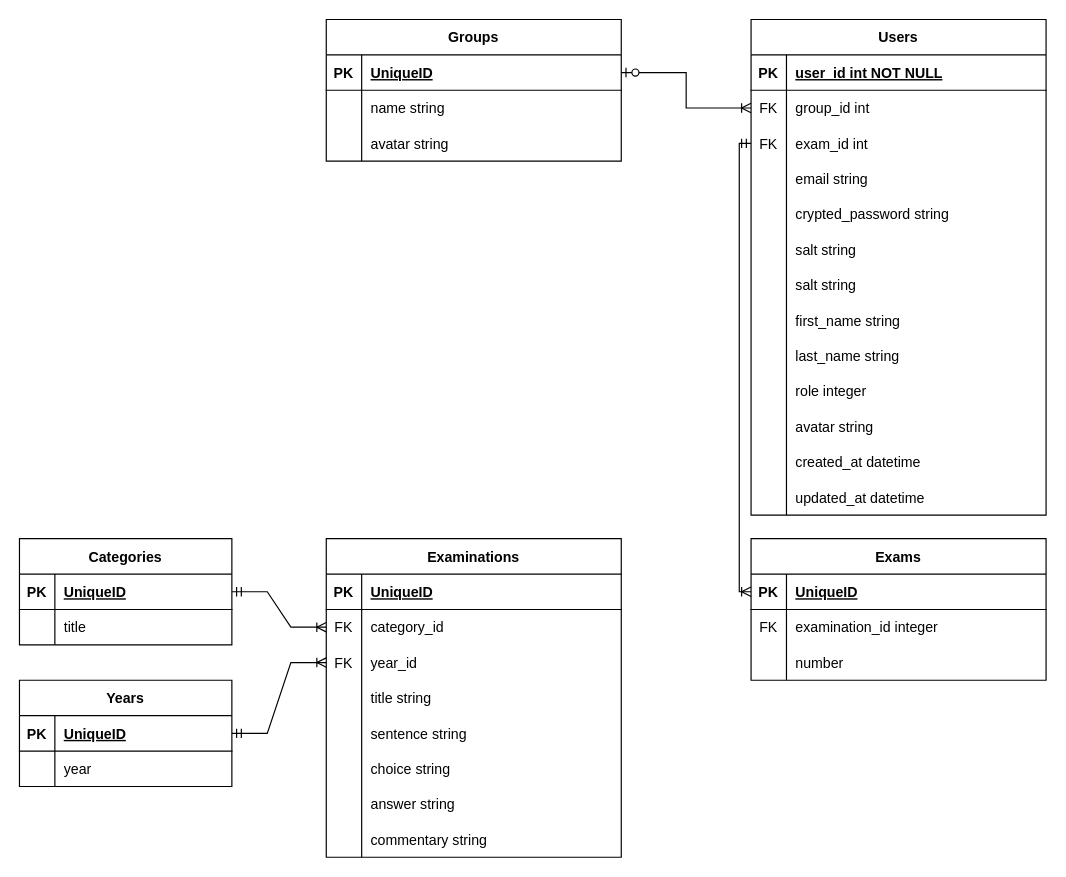
Before: ER図.drawio in KeitaroOtsuka/CheifGasEngineer, a draw.io diagram. Source tidied: cells renumbered, new cells numbered last; positions are measured from the earlier drawing's top-left corner, leaving out a move shared by most shapes. Both pictures are drawn from the tidied source at 118%, with x=0, y=0 at pixel (19, 19).
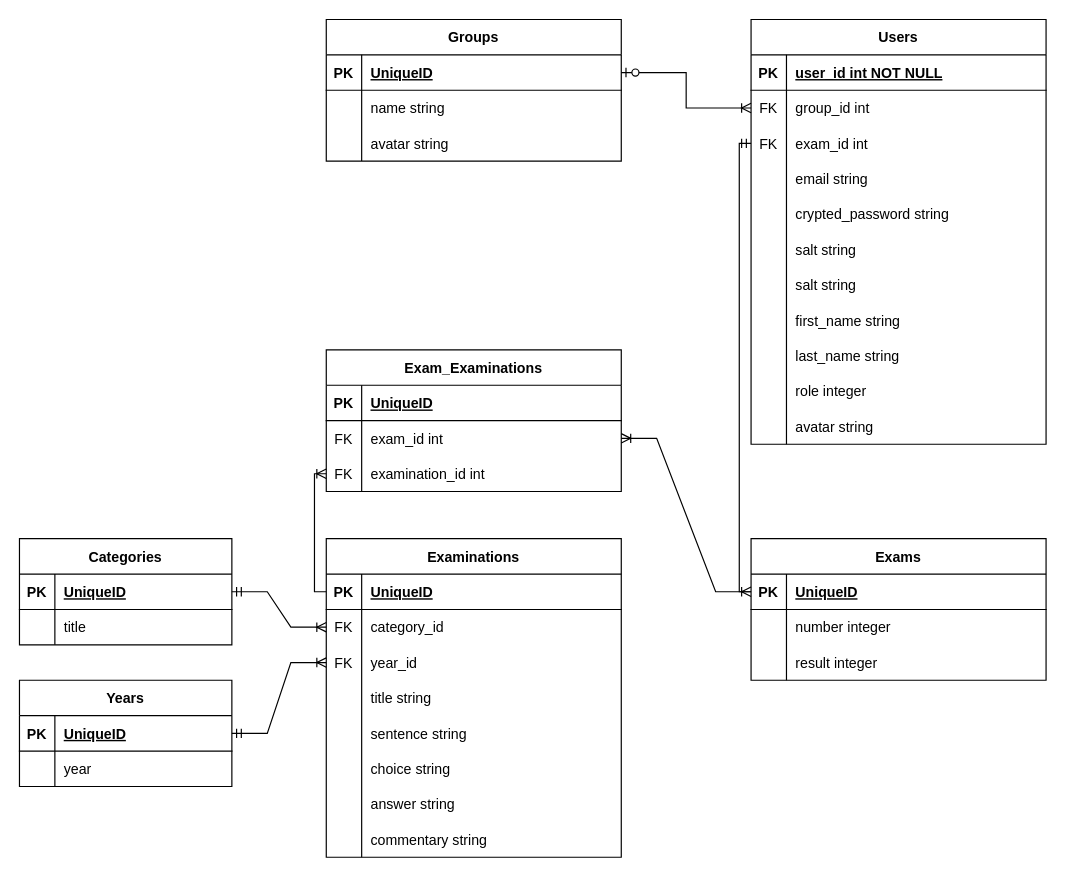
The same diagram, later.

Commit message:
ER図.drawio を更新します

Unchanged cells that the change refers to:
```xml
<mxCell id="52" value="Exams" style="shape=table;startSize=30;childLayout=tableLayout;rowLines=0;fontStyle=1;align=center;" parent="1" vertex="1">
  <mxGeometry x="620" y="440" width="250" height="120" as="geometry" />
</mxCell>
<mxCell id="53" style="shape=tableRow;horizontal=0;startSize=0;swimlaneHead=0;swimlaneBody=0;fillColor=none;points=[[0,0.5],[1,0.5]];portConstraint=eastwest;top=0;left=0;right=0;bottom=1;" parent="52" vertex="1">
  <mxGeometry y="30" width="250" height="30" as="geometry" />
</mxCell>
<mxCell id="59" style="shape=tableRow;horizontal=0;startSize=0;swimlaneHead=0;swimlaneBody=0;fillColor=none;top=0;left=0;right=0;bottom=0;" parent="52" vertex="1">
  <mxGeometry y="90" width="250" height="30" as="geometry" />
</mxCell>
<mxCell id="63" style="shape=tableRow;horizontal=0;startSize=0;swimlaneHead=0;swimlaneBody=0;fillColor=none;points=[[0,0.5],[1,0.5]];portConstraint=eastwest;top=0;left=0;right=0;bottom=1;" parent="62" vertex="1">
  <mxGeometry y="30" width="250" height="30" as="geometry" />
</mxCell>
```

Change to the diagram source:
```diff
@@
     <mxCell id="2" value="Users" style="shape=table;startSize=30;childLayout=tableLayout;rowLines=0;fontStyle=1;align=center;" parent="1" vertex="1">
-      <mxGeometry x="620" width="250" height="420" as="geometry" />
+      <mxGeometry x="620" width="250" height="360" as="geometry" />
     </mxCell>
@@
-    <mxCell id="36" style="shape=tableRow;horizontal=0;startSize=0;swimlaneHead=0;swimlaneBody=0;fillColor=none;top=0;left=0;right=0;bottom=0;" parent="2" vertex="1">
-      <mxGeometry y="360" width="250" height="30" as="geometry" />
-    </mxCell>
-    <mxCell id="37" style="shape=partialRectangle;fillColor=none;top=0;left=0;bottom=0;right=0;overflow=hidden;" parent="36" vertex="1">
-      <mxGeometry width="30" height="30" as="geometry" />
-    </mxCell>
-    <mxCell id="38" value="created_at datetime" style="shape=partialRectangle;fillColor=none;top=0;left=0;bottom=0;right=0;align=left;spacingLeft=6;overflow=hidden;" parent="36" vertex="1">
-      <mxGeometry x="30" width="220" height="30" as="geometry" />
-    </mxCell>
-    <mxCell id="39" style="shape=tableRow;horizontal=0;startSize=0;swimlaneHead=0;swimlaneBody=0;fillColor=none;top=0;left=0;right=0;bottom=0;" parent="2" vertex="1">
-      <mxGeometry y="390" width="250" height="30" as="geometry" />
-    </mxCell>
-    <mxCell id="40" style="shape=partialRectangle;fillColor=none;top=0;left=0;bottom=0;right=0;overflow=hidden;" parent="39" vertex="1">
-      <mxGeometry width="30" height="30" as="geometry" />
-    </mxCell>
-    <mxCell id="41" value="updated_at datetime" style="shape=partialRectangle;fillColor=none;top=0;left=0;bottom=0;right=0;align=left;spacingLeft=6;overflow=hidden;" parent="39" vertex="1">
-      <mxGeometry x="30" width="220" height="30" as="geometry" />
-    </mxCell>
@@
-    <mxCell id="56" style="shape=tableRow;horizontal=0;startSize=0;swimlaneHead=0;swimlaneBody=0;fillColor=none;top=0;left=0;right=0;bottom=0;" parent="52" vertex="1">
-      <mxGeometry y="60" width="250" height="30" as="geometry" />
-    </mxCell>
-    <mxCell id="57" value="FK" style="shape=partialRectangle;fillColor=none;top=0;left=0;bottom=0;right=0;fontStyle=0;overflow=hidden;" parent="56" vertex="1">
-      <mxGeometry width="30" height="30" as="geometry" />
-    </mxCell>
-    <mxCell id="58" value="examination_id integer" style="shape=partialRectangle;fillColor=none;top=0;left=0;bottom=0;right=0;align=left;spacingLeft=6;fontStyle=0;overflow=hidden;" parent="56" vertex="1">
-      <mxGeometry x="30" width="220" height="30" as="geometry" />
-    </mxCell>
+    <mxCell id="105" style="shape=tableRow;horizontal=0;startSize=0;swimlaneHead=0;swimlaneBody=0;fillColor=none;top=0;left=0;right=0;bottom=0;" parent="52" vertex="1">
+      <mxGeometry y="60" width="250" height="30" as="geometry" />
+    </mxCell>
+    <mxCell id="106" style="shape=partialRectangle;fillColor=none;top=0;left=0;bottom=0;right=0;overflow=hidden;" parent="105" vertex="1">
+      <mxGeometry width="30" height="30" as="geometry" />
+    </mxCell>
+    <mxCell id="107" value="number integer" style="shape=partialRectangle;fillColor=none;top=0;left=0;bottom=0;right=0;align=left;spacingLeft=6;overflow=hidden;" parent="105" vertex="1">
+      <mxGeometry x="30" width="220" height="30" as="geometry" />
+    </mxCell>
@@
-    <mxCell id="61" value="number" style="shape=partialRectangle;fillColor=none;top=0;left=0;bottom=0;right=0;align=left;spacingLeft=6;overflow=hidden;" parent="59" vertex="1">
+    <mxCell id="61" value="result integer" style="shape=partialRectangle;fillColor=none;top=0;left=0;bottom=0;right=0;align=left;spacingLeft=6;overflow=hidden;" parent="59" vertex="1">
       <mxGeometry x="30" width="220" height="30" as="geometry" />
     </mxCell>
@@
+    <mxCell id="108" value="Exam_Examinations" style="shape=table;startSize=30;childLayout=tableLayout;rowLines=0;fontStyle=1;align=center;" parent="1" vertex="1">
+      <mxGeometry x="260" y="280" width="250" height="120" as="geometry" />
+    </mxCell>
+    <mxCell id="109" style="shape=tableRow;horizontal=0;startSize=0;swimlaneHead=0;swimlaneBody=0;fillColor=none;top=0;left=0;right=0;bottom=1;" parent="108" vertex="1">
+      <mxGeometry y="30" width="250" height="30" as="geometry" />
+    </mxCell>
+    <mxCell id="110" value="PK" style="shape=partialRectangle;fillColor=none;top=0;left=0;bottom=0;right=0;fontStyle=1;overflow=hidden;" parent="109" vertex="1">
+      <mxGeometry width="30" height="30" as="geometry" />
+    </mxCell>
+    <mxCell id="111" value="UniqueID" style="shape=partialRectangle;fillColor=none;top=0;left=0;bottom=0;right=0;align=left;spacingLeft=6;fontStyle=5;overflow=hidden;" parent="109" vertex="1">
+      <mxGeometry x="30" width="220" height="30" as="geometry" />
+    </mxCell>
+    <mxCell id="112" style="shape=tableRow;horizontal=0;startSize=0;swimlaneHead=0;swimlaneBody=0;fillColor=none;points=[[0,0.5],[1,0.5]];portConstraint=eastwest;top=0;left=0;right=0;bottom=0;" parent="108" vertex="1">
+      <mxGeometry y="60" width="250" height="30" as="geometry" />
+    </mxCell>
+    <mxCell id="113" value="FK" style="shape=partialRectangle;fillColor=none;top=0;left=0;bottom=0;right=0;fontStyle=0;overflow=hidden;" parent="112" vertex="1">
+      <mxGeometry width="30" height="30" as="geometry" />
+    </mxCell>
+    <mxCell id="114" value="exam_id int" style="shape=partialRectangle;fillColor=none;top=0;left=0;bottom=0;right=0;align=left;spacingLeft=6;fontStyle=0;overflow=hidden;" parent="112" vertex="1">
+      <mxGeometry x="30" width="220" height="30" as="geometry" />
+    </mxCell>
+    <mxCell id="115" style="shape=tableRow;horizontal=0;startSize=0;swimlaneHead=0;swimlaneBody=0;fillColor=none;points=[[0,0.5],[1,0.5]];portConstraint=eastwest;top=0;left=0;right=0;bottom=0;" parent="108" vertex="1">
+      <mxGeometry y="90" width="250" height="30" as="geometry" />
+    </mxCell>
+    <mxCell id="116" value="FK" style="shape=partialRectangle;fillColor=none;top=0;left=0;bottom=0;right=0;fontStyle=0;overflow=hidden;" parent="115" vertex="1">
+      <mxGeometry width="30" height="30" as="geometry" />
+    </mxCell>
+    <mxCell id="117" value="examination_id int" style="shape=partialRectangle;fillColor=none;top=0;left=0;bottom=0;right=0;align=left;spacingLeft=6;fontStyle=0;overflow=hidden;" parent="115" vertex="1">
+      <mxGeometry x="30" width="220" height="30" as="geometry" />
+    </mxCell>
+    <mxCell id="118" style="edgeStyle=entityRelationEdgeStyle;fontSize=12;html=1;endArrow=ERoneToMany;rounded=0;exitX=0;exitY=0.5;exitDx=0;exitDy=0;entryX=1;entryY=0.5;entryDx=0;entryDy=0;" parent="1" edge="1" source="53" target="112">
+      <mxGeometry relative="1" as="geometry" />
+    </mxCell>
+    <mxCell id="119" style="edgeStyle=orthogonalEdgeStyle;fontSize=12;html=1;endArrow=ERoneToMany;rounded=0;entryX=0;entryY=0.5;entryDx=0;entryDy=0;exitX=0;exitY=0.5;exitDx=0;exitDy=0;" parent="1" edge="1" source="63" target="115">
+      <mxGeometry relative="1" as="geometry" />
+    </mxCell>
```
